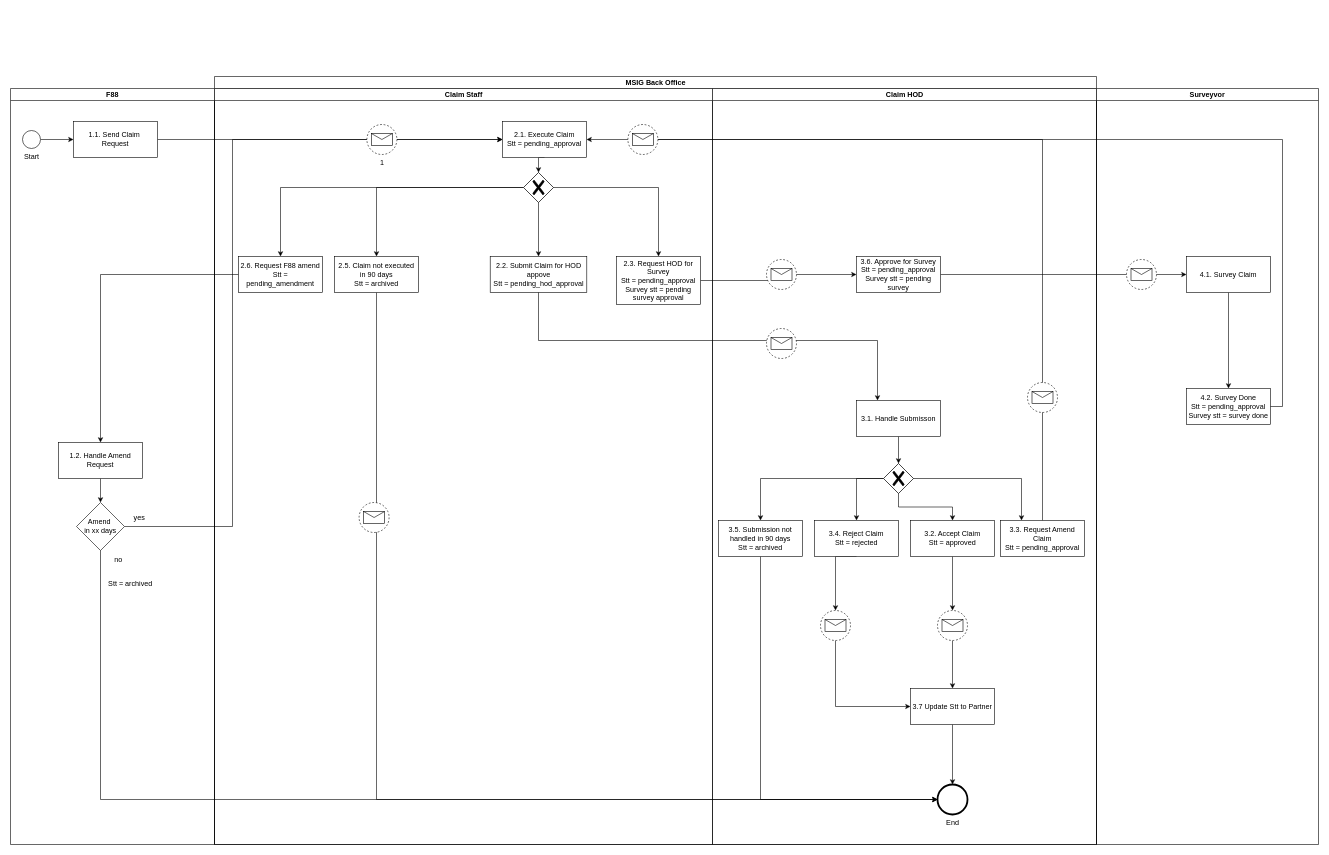
Above: Copy of Untitled Diagram.drawio in Chris-25/Book (draw.io), before the change. Source tidied: cells renumbered, new cells numbered last; positions are measured from the earlier drawing's top-left corner, leaving out a move shared by most shapes. Both pictures are drawn from the tidied source at 60%, with x=0, y=0 at pixel (10, 76).
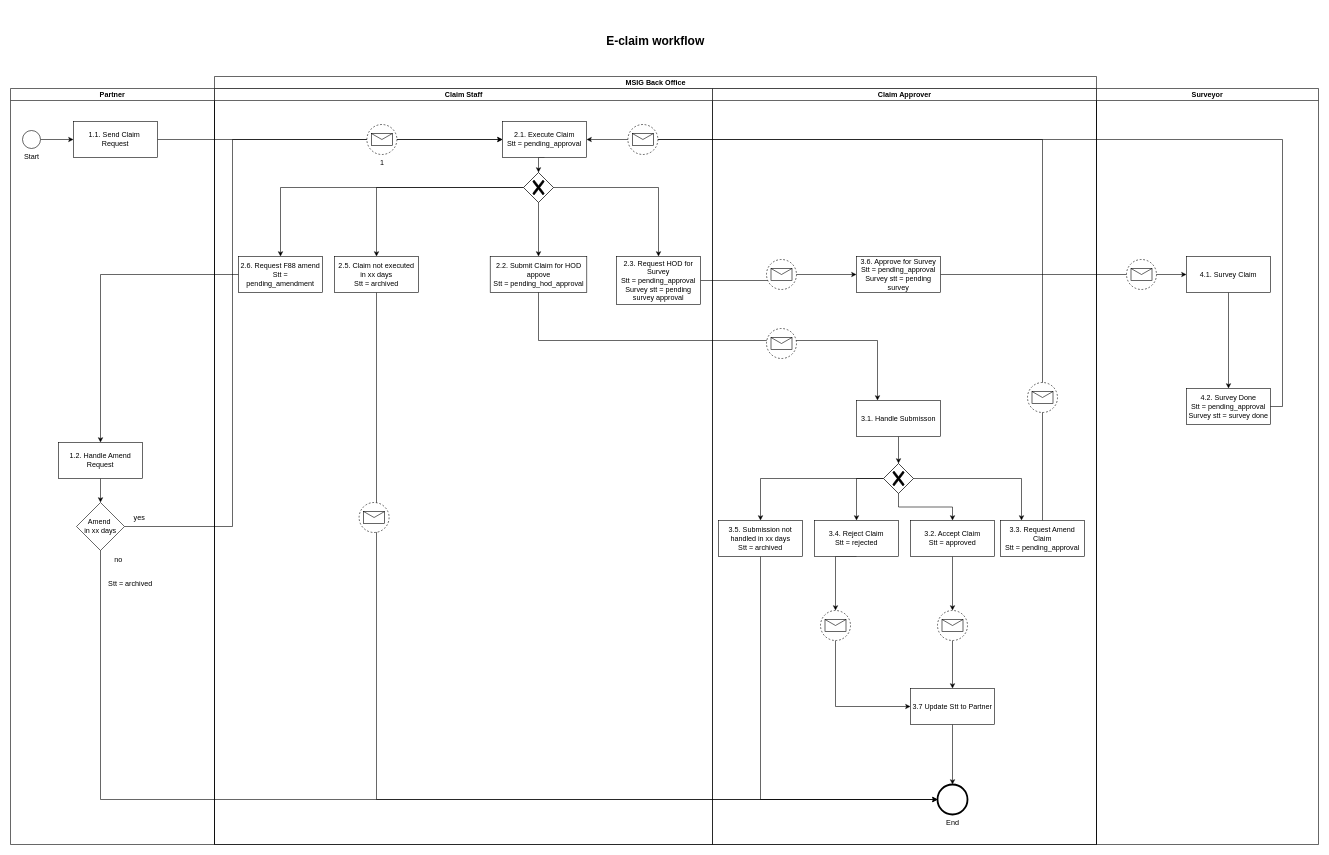
Above is the later version.

Unchanged cells that the change refers to:
```xml
<mxCell id="6" value="MSIG Back Office" style="swimlane;html=1;startSize=20;" parent="1" vertex="1">
  <mxGeometry x="340" width="1470" height="1280" as="geometry" />
</mxCell>
<mxCell id="10" value="Claim Staff" style="swimlane;html=1;startSize=20;" parent="6" vertex="1">
  <mxGeometry y="20" width="830" height="1260" as="geometry" />
</mxCell>
```

What changed in the source:
```diff
@@
-    <mxCell id="18" value="2.5. Claim not executed &lt;br&gt;in 90 days&lt;br&gt;Stt = archived" style="rounded=0;whiteSpace=wrap;html=1;" parent="10" vertex="1">
+    <mxCell id="18" value="2.5. Claim not executed &lt;br&gt;in xx days&lt;br&gt;Stt = archived" style="rounded=0;whiteSpace=wrap;html=1;" parent="10" vertex="1">
       <mxGeometry x="200" y="280" width="140" height="60" as="geometry" />
     </mxCell>
@@
-    <mxCell id="26" value="Claim HOD" style="swimlane;html=1;startSize=20;gradientColor=none;" parent="6" vertex="1">
+    <mxCell id="26" value="Claim Approver" style="swimlane;html=1;startSize=20;gradientColor=none;" parent="6" vertex="1">
       <mxGeometry x="830" y="20" width="640" height="1260" as="geometry" />
     </mxCell>
@@
-    <mxCell id="36" value="3.5. Submission not handled in 90 days&lt;br&gt;Stt = archived" style="rounded=0;whiteSpace=wrap;html=1;" parent="26" vertex="1">
+    <mxCell id="36" value="3.5. Submission not handled in xx days&lt;br&gt;Stt = archived" style="rounded=0;whiteSpace=wrap;html=1;" parent="26" vertex="1">
       <mxGeometry x="10" y="720" width="140" height="60" as="geometry" />
     </mxCell>
@@
-    <mxCell id="53" value="F88" style="swimlane;startSize=20;" parent="1" vertex="1">
+    <mxCell id="53" value="Partner" style="swimlane;startSize=20;" parent="1" vertex="1">
       <mxGeometry y="20" width="340" height="1260" as="geometry" />
     </mxCell>
@@
-    <mxCell id="63" value="Surveyvor" style="swimlane;startSize=20;" parent="1" vertex="1">
+    <mxCell id="63" value="Surveyor" style="swimlane;startSize=20;" parent="1" vertex="1">
       <mxGeometry x="1810" y="20" width="370" height="1260" as="geometry" />
     </mxCell>
@@
+    <mxCell id="72" value="&lt;font style=&quot;font-size: 20px;&quot;&gt;&lt;b&gt;E-claim workflow&lt;/b&gt;&lt;/font&gt;" style="text;html=1;strokeColor=none;fillColor=none;align=center;verticalAlign=middle;whiteSpace=wrap;rounded=0;" parent="1" vertex="1">
+      <mxGeometry x="985" y="-110" width="180" height="100" as="geometry" />
+    </mxCell>
```
